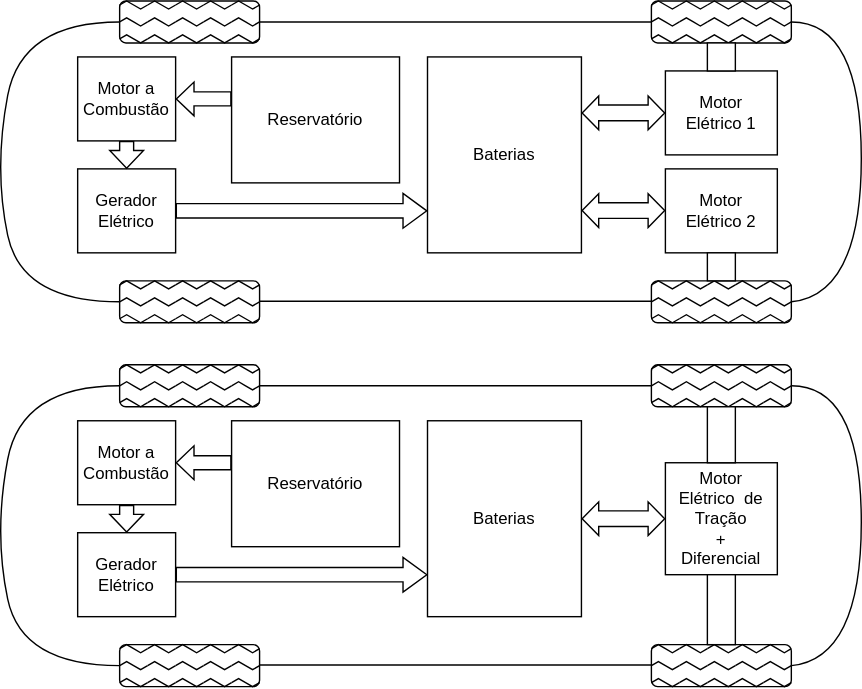
Before: Híbrido Série.drawio.svg, a diagram exported from draw.io (Camezehn/Diagrams). Source tidied: cells renumbered, new cells last; positions are measured from the earlier drawing's top-left corner, leaving out a move shared by most shapes.
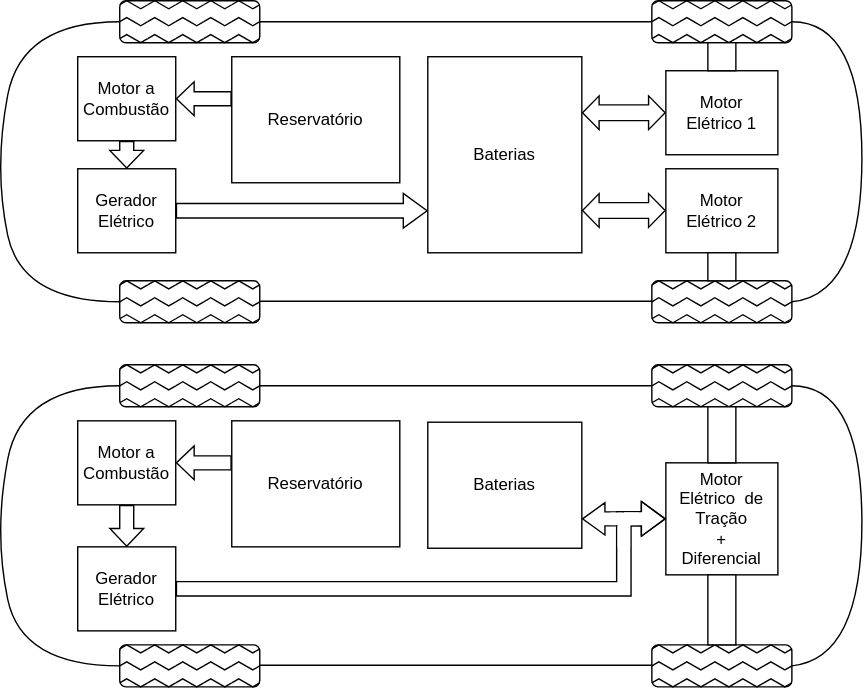
The same diagram one commit later.

Change to the diagram source:
```diff
@@ -857,10 +857,10 @@
       <mxGeometry x="60" y="300" width="70" height="60" as="geometry" />
     </mxCell>
     <mxCell id="157" value="Gerador Elétrico" style="rounded=0;whiteSpace=wrap;html=1;" parent="1" vertex="1">
-      <mxGeometry x="60" y="380" width="70" height="60" as="geometry" />
+      <mxGeometry x="60" y="390" width="70" height="60" as="geometry" />
     </mxCell>
     <mxCell id="158" value="Baterias" style="rounded=0;whiteSpace=wrap;html=1;" parent="1" vertex="1">
-      <mxGeometry x="310" y="300" width="110" height="140" as="geometry" />
+      <mxGeometry x="310" y="301" width="110" height="90" as="geometry" />
     </mxCell>
     <mxCell id="159" value="Motor &lt;br&gt;Elétrico&amp;nbsp; de Tração&lt;br&gt;+&lt;br&gt;Diferencial" style="rounded=0;whiteSpace=wrap;html=1;" parent="1" vertex="1">
       <mxGeometry x="480" y="330" width="80" height="80" as="geometry" />
@@ -871,9 +871,6 @@
     <mxCell id="161" style="rounded=0;whiteSpace=wrap;html=1;" parent="1" vertex="1">
       <mxGeometry x="510" y="290" width="20" height="40" as="geometry" />
     </mxCell>
-    <mxCell id="162" style="shape=flexArrow;endArrow=classic;startArrow=classic;html=1;rounded=0;startSize=3.6119999999999997;endSize=3.6119999999999997;entryX=0;entryY=0.5;entryDx=0;entryDy=0;startWidth=11.92;width=11.2;endWidth=11.92;exitX=1;exitY=0.5;exitDx=0;exitDy=0;" parent="1" edge="1" source="158" target="159">
-      <mxGeometry relative="1" as="geometry" />
-    </mxCell>
     <mxCell id="163" value="Reservatório" style="rounded=0;whiteSpace=wrap;html=1;" parent="1" vertex="1">
       <mxGeometry x="170" y="300" width="120" height="90" as="geometry" />
     </mxCell>
@@ -884,7 +881,11 @@
     </mxCell>
     <mxCell id="165" style="shape=flexArrow;endArrow=classic;html=1;rounded=0;startSize=2;endSize=5.331428571428572;exitX=1;exitY=0.5;exitDx=0;exitDy=0;width=10.285714285714286;endWidth=13.551020408163266;" parent="1" edge="1" source="157">
       <mxGeometry relative="1" as="geometry">
-        <mxPoint x="310" y="410" as="targetPoint" />
+        <mxPoint x="480" y="370" as="targetPoint" />
+        <Array as="points">
+          <mxPoint x="450" y="420" />
+          <mxPoint x="450" y="370" />
+        </Array>
       </mxGeometry>
     </mxCell>
     <mxCell id="166" style="endArrow=none;html=1;rounded=0;startSize=2;endSize=2;exitX=1;exitY=0.5;exitDx=0;exitDy=0;entryX=0;entryY=0.5;entryDx=0;entryDy=0;" parent="1" edge="1" source="88" target="122">
@@ -907,5 +908,17 @@
     <mxCell id="169" style="shape=flexArrow;endArrow=classic;html=1;rounded=0;startSize=2;endSize=3.88;entryX=0.5;entryY=0;entryDx=0;entryDy=0;endWidth=13.142857142857142;exitX=0.5;exitY=1;exitDx=0;exitDy=0;" parent="1" edge="1" source="156" target="157">
       <mxGeometry relative="1" as="geometry" />
     </mxCell>
+    <mxCell id="170" style="shape=flexArrow;endArrow=classic;html=1;rounded=0;width=10;endSize=5;endWidth=12.009512485136744;noJump=0;startSize=2;" parent="1" edge="1">
+      <mxGeometry relative="1" as="geometry">
+        <mxPoint x="450" y="370" as="sourcePoint" />
+        <mxPoint x="420" y="370" as="targetPoint" />
+      </mxGeometry>
+    </mxCell>
+    <mxCell id="171" style="rounded=0;whiteSpace=wrap;html=1;rotation=90;strokeColor=none;" parent="1" vertex="1">
+      <mxGeometry x="446" y="360" width="9" height="20" as="geometry" />
+    </mxCell>
+    <mxCell id="172" style="rounded=0;whiteSpace=wrap;html=1;rotation=-180;strokeColor=none;" parent="1" vertex="1">
+      <mxGeometry x="445.5" y="370" width="9" height="20" as="geometry" />
+    </mxCell>
   </root>
 </mxGraphModel>
```
